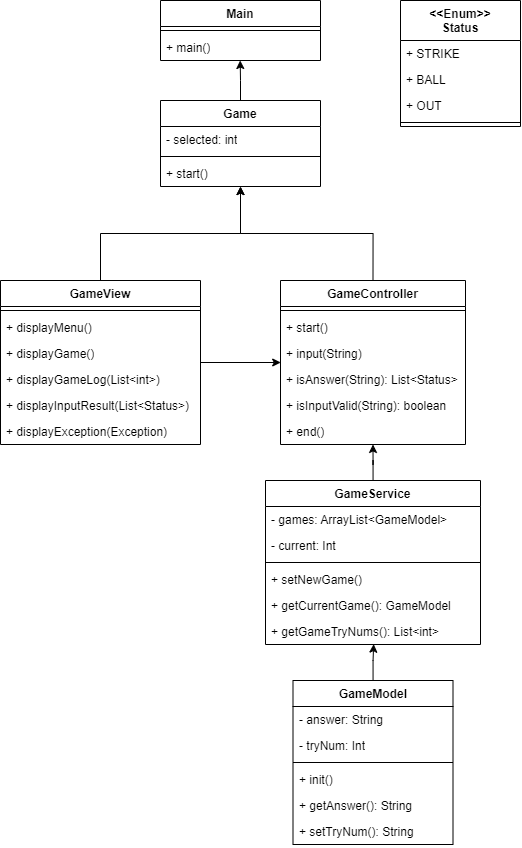
This is read_me_img/lv3_class_diagram.png from Hae-Dal/NumberBaseball, a draw.io export, as it was before one commit. Source tidied: cells renumbered, new cells last; positions are measured from the earlier drawing's top-left corner, leaving out a move shared by most shapes.
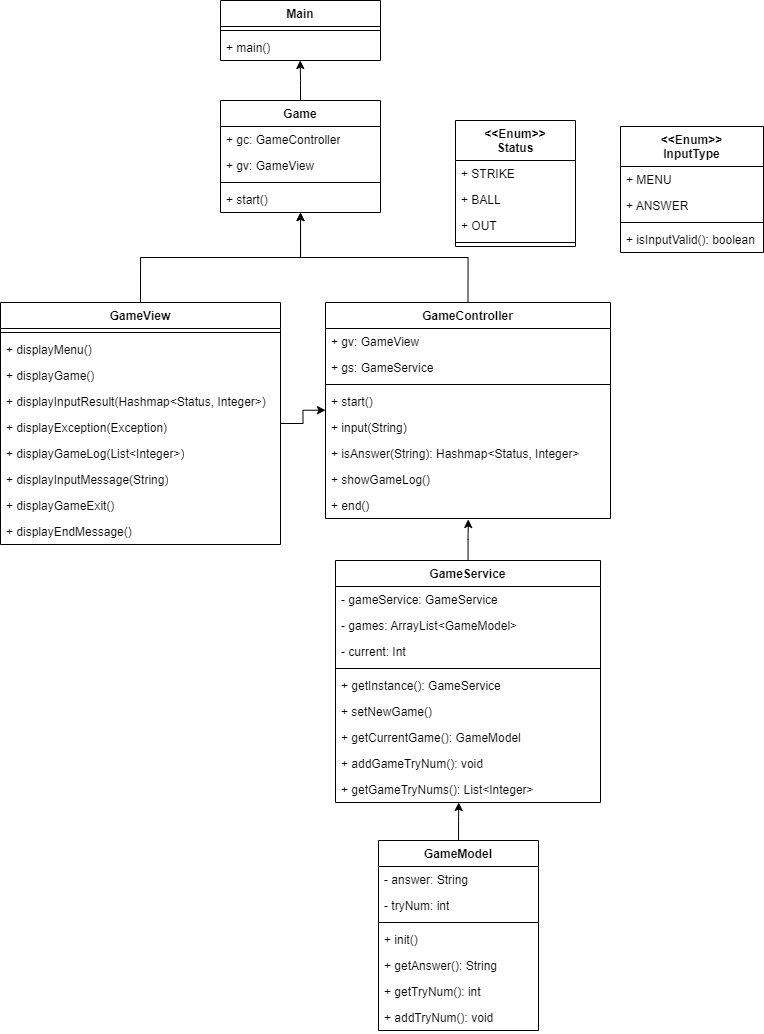
Later version of the same file.

Commit message:
변경 : lv3 구현 현황 반영, lv3 클래스 다이어그램 수정

The edit, as a diff of the source:
```diff
@@ -5,3 +5,3 @@
     <mxCell id="2" value="Main" style="swimlane;fontStyle=1;align=center;verticalAlign=top;horizontal=1;startSize=26;whiteSpace=wrap;html=1;" parent="1" vertex="1">
-      <mxGeometry x="160" width="160" height="60" as="geometry" />
+      <mxGeometry x="80" y="-10" width="160" height="60" as="geometry" />
     </mxCell>
@@ -14,42 +14,54 @@
     <mxCell id="5" value="Game" style="swimlane;fontStyle=1;align=center;verticalAlign=top;horizontal=1;startSize=26;whiteSpace=wrap;html=1;" parent="1" vertex="1">
-      <mxGeometry x="160" y="100" width="160" height="86" as="geometry" />
+      <mxGeometry x="80" y="90" width="160" height="112" as="geometry" />
     </mxCell>
-    <mxCell id="6" value="- selected: int" style="text;strokeColor=none;fillColor=none;align=left;verticalAlign=top;spacingLeft=4;spacingRight=4;overflow=hidden;whiteSpace=wrap;html=1;" parent="5" vertex="1">
-      <mxGeometry y="26" width="160" height="26" as="geometry" />
-    </mxCell>
-    <mxCell id="7" style="line;strokeWidth=1;fillColor=none;align=left;verticalAlign=middle;spacingTop=-1;spacingLeft=3;spacingRight=3;labelPosition=right;strokeColor=inherit;" parent="5" vertex="1">
-      <mxGeometry y="52" width="160" height="8" as="geometry" />
-    </mxCell>
-    <mxCell id="8" value="+ start()" style="text;strokeColor=none;fillColor=none;align=left;verticalAlign=top;spacingLeft=4;spacingRight=4;overflow=hidden;points=[[0,0.5],[1,0.5]];portConstraint=eastwest;whiteSpace=wrap;html=1;" parent="5" vertex="1">
-      <mxGeometry y="60" width="160" height="26" as="geometry" />
-    </mxCell>
-    <mxCell id="9" style="edgeStyle=orthogonalEdgeStyle;rounded=0;jettySize=auto;html=1;entryX=0.001;entryY=0.846;entryDx=0;entryDy=0;entryPerimeter=0;" parent="1" edge="1" source="10" target="28">
-      <mxGeometry relative="1" as="geometry" />
-    </mxCell>
+    <mxCell id="48" value="+ gc: GameController" style="text;strokeColor=none;fillColor=none;align=left;verticalAlign=top;spacingLeft=4;spacingRight=4;overflow=hidden;whiteSpace=wrap;html=1;" parent="5" vertex="1">
+      <mxGeometry y="26" width="160" height="26" as="geometry" />
+    </mxCell>
+    <mxCell id="49" value="+ gv: GameView" style="text;strokeColor=none;fillColor=none;align=left;verticalAlign=top;spacingLeft=4;spacingRight=4;overflow=hidden;whiteSpace=wrap;html=1;" parent="5" vertex="1">
+      <mxGeometry y="52" width="160" height="26" as="geometry" />
+    </mxCell>
+    <mxCell id="50" style="line;strokeWidth=1;fillColor=none;align=left;verticalAlign=middle;spacingTop=-1;spacingLeft=3;spacingRight=3;labelPosition=right;strokeColor=inherit;" parent="5" vertex="1">
+      <mxGeometry y="78" width="160" height="8" as="geometry" />
+    </mxCell>
+    <mxCell id="51" value="+ start()" style="text;strokeColor=none;fillColor=none;align=left;verticalAlign=top;spacingLeft=4;spacingRight=4;overflow=hidden;points=[[0,0.5],[1,0.5]];portConstraint=eastwest;whiteSpace=wrap;html=1;" parent="5" vertex="1">
+      <mxGeometry y="86" width="160" height="26" as="geometry" />
+    </mxCell>
+    <mxCell id="52" style="edgeStyle=orthogonalEdgeStyle;rounded=0;jettySize=auto;html=1;entryX=0;entryY=0.834;entryDx=0;entryDy=0;entryPerimeter=0;" parent="1" edge="1" source="10" target="67">
+      <mxGeometry relative="1" as="geometry" />
+    </mxCell>
     <mxCell id="10" value="GameView" style="swimlane;fontStyle=1;align=center;verticalAlign=top;horizontal=1;startSize=26;whiteSpace=wrap;html=1;" parent="1" vertex="1">
-      <mxGeometry y="280" width="200" height="164" as="geometry" />
+      <mxGeometry x="-140" y="292" width="280" height="242" as="geometry" />
     </mxCell>
-    <mxCell id="11" style="line;strokeWidth=1;fillColor=none;align=left;verticalAlign=middle;spacingTop=-1;spacingLeft=3;spacingRight=3;labelPosition=right;strokeColor=inherit;" parent="10" vertex="1">
-      <mxGeometry y="26" width="200" height="8" as="geometry" />
-    </mxCell>
+    <mxCell id="53" style="line;strokeWidth=1;fillColor=none;align=left;verticalAlign=middle;spacingTop=-1;spacingLeft=3;spacingRight=3;labelPosition=right;strokeColor=inherit;" parent="10" vertex="1">
+      <mxGeometry y="26" width="280" height="8" as="geometry" />
+    </mxCell>
     <mxCell id="12" value="+ displayMenu()" style="text;strokeColor=none;fillColor=none;align=left;verticalAlign=top;spacingLeft=4;spacingRight=4;overflow=hidden;whiteSpace=wrap;html=1;" parent="10" vertex="1">
-      <mxGeometry y="34" width="200" height="26" as="geometry" />
+      <mxGeometry y="34" width="280" height="26" as="geometry" />
     </mxCell>
     <mxCell id="13" value="+ displayGame()" style="text;strokeColor=none;fillColor=none;align=left;verticalAlign=top;spacingLeft=4;spacingRight=4;overflow=hidden;whiteSpace=wrap;html=1;" parent="10" vertex="1">
-      <mxGeometry y="60" width="200" height="26" as="geometry" />
+      <mxGeometry y="60" width="280" height="26" as="geometry" />
     </mxCell>
-    <mxCell id="14" value="+ displayGameLog(List&amp;lt;int&amp;gt;)" style="text;strokeColor=none;fillColor=none;align=left;verticalAlign=top;spacingLeft=4;spacingRight=4;overflow=hidden;whiteSpace=wrap;html=1;" parent="10" vertex="1">
-      <mxGeometry y="86" width="200" height="26" as="geometry" />
-    </mxCell>
-    <mxCell id="15" value="+ displayInputResult(List&amp;lt;Status&amp;gt;)" style="text;strokeColor=none;fillColor=none;align=left;verticalAlign=top;spacingLeft=4;spacingRight=4;overflow=hidden;whiteSpace=wrap;html=1;" parent="10" vertex="1">
-      <mxGeometry y="112" width="200" height="26" as="geometry" />
-    </mxCell>
+    <mxCell id="54" value="+ displayInputResult(Hashmap&amp;lt;Status, Integer&amp;gt;)" style="text;strokeColor=none;fillColor=none;align=left;verticalAlign=top;spacingLeft=4;spacingRight=4;overflow=hidden;whiteSpace=wrap;html=1;" parent="10" vertex="1">
+      <mxGeometry y="86" width="280" height="26" as="geometry" />
+    </mxCell>
     <mxCell id="16" value="+ displayException(Exception)" style="text;strokeColor=none;fillColor=none;align=left;verticalAlign=top;spacingLeft=4;spacingRight=4;overflow=hidden;whiteSpace=wrap;html=1;" parent="10" vertex="1">
-      <mxGeometry y="138" width="200" height="26" as="geometry" />
+      <mxGeometry y="112" width="280" height="26" as="geometry" />
     </mxCell>
-    <mxCell id="17" style="edgeStyle=orthogonalEdgeStyle;rounded=0;jettySize=auto;html=1;entryX=0.503;entryY=0.987;entryDx=0;entryDy=0;entryPerimeter=0;" parent="1" edge="1" source="18" target="47">
-      <mxGeometry relative="1" as="geometry" />
-    </mxCell>
+    <mxCell id="55" value="+ displayGameLog(List&amp;lt;Integer&amp;gt;)" style="text;strokeColor=none;fillColor=none;align=left;verticalAlign=top;spacingLeft=4;spacingRight=4;overflow=hidden;whiteSpace=wrap;html=1;" parent="10" vertex="1">
+      <mxGeometry y="138" width="280" height="26" as="geometry" />
+    </mxCell>
+    <mxCell id="56" value="+ displayInputMessage(String)" style="text;strokeColor=none;fillColor=none;align=left;verticalAlign=top;spacingLeft=4;spacingRight=4;overflow=hidden;whiteSpace=wrap;html=1;" parent="10" vertex="1">
+      <mxGeometry y="164" width="280" height="26" as="geometry" />
+    </mxCell>
+    <mxCell id="57" value="+ displayGameExit()" style="text;strokeColor=none;fillColor=none;align=left;verticalAlign=top;spacingLeft=4;spacingRight=4;overflow=hidden;whiteSpace=wrap;html=1;" parent="10" vertex="1">
+      <mxGeometry y="190" width="280" height="26" as="geometry" />
+    </mxCell>
+    <mxCell id="58" value="+ displayEndMessage()" style="text;strokeColor=none;fillColor=none;align=left;verticalAlign=top;spacingLeft=4;spacingRight=4;overflow=hidden;whiteSpace=wrap;html=1;" parent="10" vertex="1">
+      <mxGeometry y="216" width="280" height="26" as="geometry" />
+    </mxCell>
+    <mxCell id="59" style="edgeStyle=orthogonalEdgeStyle;rounded=0;jettySize=auto;html=1;entryX=0.465;entryY=1.001;entryDx=0;entryDy=0;entryPerimeter=0;" parent="1" edge="1" source="18" target="75">
+      <mxGeometry relative="1" as="geometry" />
+    </mxCell>
     <mxCell id="18" value="GameModel" style="swimlane;fontStyle=1;align=center;verticalAlign=top;horizontal=1;startSize=26;whiteSpace=wrap;html=1;" parent="1" vertex="1">
-      <mxGeometry x="292.5" y="680" width="160" height="164" as="geometry" />
+      <mxGeometry x="238" y="830" width="160" height="190" as="geometry" />
     </mxCell>
@@ -58,8 +70,8 @@
     </mxCell>
-    <mxCell id="20" value="- tryNum: Int" style="text;strokeColor=none;fillColor=none;align=left;verticalAlign=top;spacingLeft=4;spacingRight=4;overflow=hidden;whiteSpace=wrap;html=1;" parent="18" vertex="1">
-      <mxGeometry y="52" width="160" height="26" as="geometry" />
-    </mxCell>
-    <mxCell id="21" style="line;strokeWidth=1;fillColor=none;align=left;verticalAlign=middle;spacingTop=-1;spacingLeft=3;spacingRight=3;labelPosition=right;strokeColor=inherit;" parent="18" vertex="1">
-      <mxGeometry y="78" width="160" height="8" as="geometry" />
-    </mxCell>
+    <mxCell id="60" value="- tryNum: int" style="text;strokeColor=none;fillColor=none;align=left;verticalAlign=top;spacingLeft=4;spacingRight=4;overflow=hidden;whiteSpace=wrap;html=1;" parent="18" vertex="1">
+      <mxGeometry y="52" width="160" height="26" as="geometry" />
+    </mxCell>
+    <mxCell id="61" style="line;strokeWidth=1;fillColor=none;align=left;verticalAlign=middle;spacingTop=-1;spacingLeft=3;spacingRight=3;labelPosition=right;strokeColor=inherit;" parent="18" vertex="1">
+      <mxGeometry y="78" width="160" height="8" as="geometry" />
+    </mxCell>
     <mxCell id="22" value="+ init()" style="text;strokeColor=none;fillColor=none;align=left;verticalAlign=top;spacingLeft=4;spacingRight=4;overflow=hidden;whiteSpace=wrap;html=1;" parent="18" vertex="1">
@@ -70,28 +82,37 @@
     </mxCell>
-    <mxCell id="24" value="+ setTryNum(): String" style="text;strokeColor=none;fillColor=none;align=left;verticalAlign=top;spacingLeft=4;spacingRight=4;overflow=hidden;whiteSpace=wrap;html=1;" parent="18" vertex="1">
-      <mxGeometry y="138" width="160" height="26" as="geometry" />
-    </mxCell>
+    <mxCell id="62" value="+ getTryNum(): int" style="text;strokeColor=none;fillColor=none;align=left;verticalAlign=top;spacingLeft=4;spacingRight=4;overflow=hidden;whiteSpace=wrap;html=1;" parent="18" vertex="1">
+      <mxGeometry y="138" width="160" height="26" as="geometry" />
+    </mxCell>
+    <mxCell id="63" value="+ addTryNum(): void" style="text;strokeColor=none;fillColor=none;align=left;verticalAlign=top;spacingLeft=4;spacingRight=4;overflow=hidden;whiteSpace=wrap;html=1;" parent="18" vertex="1">
+      <mxGeometry y="164" width="160" height="26" as="geometry" />
+    </mxCell>
     <mxCell id="25" value="GameController" style="swimlane;fontStyle=1;align=center;verticalAlign=top;horizontal=1;startSize=26;whiteSpace=wrap;html=1;" parent="1" vertex="1">
-      <mxGeometry x="280" y="280" width="185" height="164" as="geometry" />
+      <mxGeometry x="185" y="292" width="285" height="216" as="geometry" />
     </mxCell>
-    <mxCell id="26" style="line;strokeWidth=1;fillColor=none;align=left;verticalAlign=middle;spacingTop=-1;spacingLeft=3;spacingRight=3;labelPosition=right;strokeColor=inherit;" parent="25" vertex="1">
-      <mxGeometry y="26" width="185" height="8" as="geometry" />
-    </mxCell>
-    <mxCell id="27" value="+ start()" style="text;strokeColor=none;fillColor=none;align=left;verticalAlign=top;spacingLeft=4;spacingRight=4;overflow=hidden;whiteSpace=wrap;html=1;" parent="25" vertex="1">
-      <mxGeometry y="34" width="185" height="26" as="geometry" />
-    </mxCell>
+    <mxCell id="64" value="+ gv: GameView" style="text;strokeColor=none;fillColor=none;align=left;verticalAlign=top;spacingLeft=4;spacingRight=4;overflow=hidden;whiteSpace=wrap;html=1;" parent="25" vertex="1">
+      <mxGeometry y="26" width="285" height="26" as="geometry" />
+    </mxCell>
+    <mxCell id="65" value="+ gs: GameService" style="text;strokeColor=none;fillColor=none;align=left;verticalAlign=top;spacingLeft=4;spacingRight=4;overflow=hidden;whiteSpace=wrap;html=1;" parent="25" vertex="1">
+      <mxGeometry y="52" width="285" height="26" as="geometry" />
+    </mxCell>
+    <mxCell id="66" style="line;strokeWidth=1;fillColor=none;align=left;verticalAlign=middle;spacingTop=-1;spacingLeft=3;spacingRight=3;labelPosition=right;strokeColor=inherit;" parent="25" vertex="1">
+      <mxGeometry y="78" width="285" height="8" as="geometry" />
+    </mxCell>
+    <mxCell id="67" value="+ start()" style="text;strokeColor=none;fillColor=none;align=left;verticalAlign=top;spacingLeft=4;spacingRight=4;overflow=hidden;points=[[0,0.5],[1,0.5]];portConstraint=eastwest;whiteSpace=wrap;html=1;" parent="25" vertex="1">
+      <mxGeometry y="86" width="285" height="26" as="geometry" />
+    </mxCell>
     <mxCell id="28" value="+ input(String)" style="text;strokeColor=none;fillColor=none;align=left;verticalAlign=top;spacingLeft=4;spacingRight=4;overflow=hidden;points=[[0,0.5],[1,0.5]];portConstraint=eastwest;whiteSpace=wrap;html=1;" parent="25" vertex="1">
-      <mxGeometry y="60" width="185" height="26" as="geometry" />
+      <mxGeometry y="112" width="285" height="26" as="geometry" />
     </mxCell>
-    <mxCell id="29" value="+ isAnswer(String): List&amp;lt;Status&amp;gt;" style="text;strokeColor=none;fillColor=none;align=left;verticalAlign=top;spacingLeft=4;spacingRight=4;overflow=hidden;whiteSpace=wrap;html=1;" parent="25" vertex="1">
-      <mxGeometry y="86" width="185" height="26" as="geometry" />
-    </mxCell>
-    <mxCell id="30" value="+ isInputValid(String): boolean" style="text;strokeColor=none;fillColor=none;align=left;verticalAlign=top;spacingLeft=4;spacingRight=4;overflow=hidden;whiteSpace=wrap;html=1;" parent="25" vertex="1">
-      <mxGeometry y="112" width="185" height="26" as="geometry" />
-    </mxCell>
+    <mxCell id="68" value="+ isAnswer(String): Hashmap&amp;lt;Status, Integer&amp;gt;" style="text;strokeColor=none;fillColor=none;align=left;verticalAlign=top;spacingLeft=4;spacingRight=4;overflow=hidden;whiteSpace=wrap;html=1;" parent="25" vertex="1">
+      <mxGeometry y="138" width="285" height="26" as="geometry" />
+    </mxCell>
+    <mxCell id="69" value="+ showGameLog()" style="text;strokeColor=none;fillColor=none;align=left;verticalAlign=top;spacingLeft=4;spacingRight=4;overflow=hidden;whiteSpace=wrap;html=1;" parent="25" vertex="1">
+      <mxGeometry y="164" width="285" height="26" as="geometry" />
+    </mxCell>
     <mxCell id="31" value="+ end()" style="text;strokeColor=none;fillColor=none;align=left;verticalAlign=top;spacingLeft=4;spacingRight=4;overflow=hidden;points=[[0,0.5],[1,0.5]];portConstraint=eastwest;whiteSpace=wrap;html=1;" parent="25" vertex="1">
-      <mxGeometry y="138" width="185" height="26" as="geometry" />
+      <mxGeometry y="190" width="285" height="26" as="geometry" />
     </mxCell>
     <mxCell id="32" value="&amp;lt;&amp;lt;Enum&amp;gt;&amp;gt;&lt;div&gt;Status&lt;/div&gt;" style="swimlane;fontStyle=1;align=center;verticalAlign=top;horizontal=1;startSize=40;whiteSpace=wrap;html=1;" parent="1" vertex="1">
-      <mxGeometry x="400" width="120" height="126" as="geometry" />
+      <mxGeometry x="315" y="110" width="120" height="126" as="geometry" />
     </mxCell>
@@ -112,5 +133,5 @@
     </mxCell>
-    <mxCell id="38" style="edgeStyle=orthogonalEdgeStyle;rounded=0;jettySize=auto;html=1;exitX=0.5;exitY=0;exitDx=0;exitDy=0;entryX=0.5;entryY=1.004;entryDx=0;entryDy=0;entryPerimeter=0;" parent="1" edge="1" source="25" target="8">
-      <mxGeometry relative="1" as="geometry" />
-    </mxCell>
+    <mxCell id="70" style="edgeStyle=orthogonalEdgeStyle;rounded=0;jettySize=auto;html=1;exitX=0.5;exitY=0;exitDx=0;exitDy=0;entryX=0.5;entryY=1.004;entryDx=0;entryDy=0;entryPerimeter=0;" parent="1" edge="1" source="25" target="51">
+      <mxGeometry relative="1" as="geometry" />
+    </mxCell>
     <mxCell id="39" style="edgeStyle=orthogonalEdgeStyle;rounded=0;jettySize=auto;html=1;exitX=0.5;exitY=0;exitDx=0;exitDy=0;entryX=0.498;entryY=1;entryDx=0;entryDy=0;entryPerimeter=0;" parent="1" edge="1" source="5" target="4">
@@ -118,3 +139,3 @@
     </mxCell>
-    <mxCell id="40" style="edgeStyle=orthogonalEdgeStyle;rounded=0;jettySize=auto;html=1;entryX=0.5;entryY=0.998;entryDx=0;entryDy=0;entryPerimeter=0;" parent="1" edge="1" source="41" target="31">
+    <mxCell id="40" style="edgeStyle=orthogonalEdgeStyle;rounded=0;jettySize=auto;html=1;entryX=0.501;entryY=1.036;entryDx=0;entryDy=0;entryPerimeter=0;" parent="1" edge="1" source="41" target="31">
       <mxGeometry relative="1" as="geometry" />
@@ -122,22 +143,46 @@
     <mxCell id="41" value="GameService" style="swimlane;fontStyle=1;align=center;verticalAlign=top;horizontal=1;startSize=26;whiteSpace=wrap;html=1;" parent="1" vertex="1">
-      <mxGeometry x="265" y="480" width="215" height="164" as="geometry" />
+      <mxGeometry x="195" y="550" width="265" height="242" as="geometry" />
     </mxCell>
+    <mxCell id="71" value="- gameService: GameService" style="text;strokeColor=none;fillColor=none;align=left;verticalAlign=top;spacingLeft=4;spacingRight=4;overflow=hidden;whiteSpace=wrap;html=1;" parent="41" vertex="1">
+      <mxGeometry y="26" width="265" height="26" as="geometry" />
+    </mxCell>
     <mxCell id="42" value="- games: ArrayList&amp;lt;GameModel&amp;gt;" style="text;strokeColor=none;fillColor=none;align=left;verticalAlign=top;spacingLeft=4;spacingRight=4;overflow=hidden;whiteSpace=wrap;html=1;" parent="41" vertex="1">
-      <mxGeometry y="26" width="215" height="26" as="geometry" />
+      <mxGeometry y="52" width="265" height="26" as="geometry" />
     </mxCell>
     <mxCell id="43" value="- current: Int" style="text;strokeColor=none;fillColor=none;align=left;verticalAlign=top;spacingLeft=4;spacingRight=4;overflow=hidden;whiteSpace=wrap;html=1;" parent="41" vertex="1">
-      <mxGeometry y="52" width="215" height="26" as="geometry" />
+      <mxGeometry y="78" width="265" height="26" as="geometry" />
     </mxCell>
-    <mxCell id="44" style="line;strokeWidth=1;fillColor=none;align=left;verticalAlign=middle;spacingTop=-1;spacingLeft=3;spacingRight=3;labelPosition=right;strokeColor=inherit;" parent="41" vertex="1">
-      <mxGeometry y="78" width="215" height="8" as="geometry" />
-    </mxCell>
+    <mxCell id="72" style="line;strokeWidth=1;fillColor=none;align=left;verticalAlign=middle;spacingTop=-1;spacingLeft=3;spacingRight=3;labelPosition=right;strokeColor=inherit;" parent="41" vertex="1">
+      <mxGeometry y="104" width="265" height="8" as="geometry" />
+    </mxCell>
+    <mxCell id="73" value="+ getInstance(): GameService" style="text;strokeColor=none;fillColor=none;align=left;verticalAlign=top;spacingLeft=4;spacingRight=4;overflow=hidden;whiteSpace=wrap;html=1;" parent="41" vertex="1">
+      <mxGeometry y="112" width="265" height="26" as="geometry" />
+    </mxCell>
     <mxCell id="45" value="+ setNewGame()" style="text;strokeColor=none;fillColor=none;align=left;verticalAlign=top;spacingLeft=4;spacingRight=4;overflow=hidden;whiteSpace=wrap;html=1;" parent="41" vertex="1">
-      <mxGeometry y="86" width="215" height="26" as="geometry" />
+      <mxGeometry y="138" width="265" height="26" as="geometry" />
     </mxCell>
     <mxCell id="46" value="+ getCurrentGame(): GameModel" style="text;strokeColor=none;fillColor=none;align=left;verticalAlign=top;spacingLeft=4;spacingRight=4;overflow=hidden;whiteSpace=wrap;html=1;" parent="41" vertex="1">
-      <mxGeometry y="112" width="215" height="26" as="geometry" />
+      <mxGeometry y="164" width="265" height="26" as="geometry" />
     </mxCell>
-    <mxCell id="47" value="+ getGameTryNums(): List&amp;lt;int&amp;gt;" style="text;strokeColor=none;fillColor=none;align=left;verticalAlign=top;spacingLeft=4;spacingRight=4;overflow=hidden;points=[[0,0.5],[1,0.5]];portConstraint=eastwest;whiteSpace=wrap;html=1;" parent="41" vertex="1">
-      <mxGeometry y="138" width="215" height="26" as="geometry" />
-    </mxCell>
+    <mxCell id="74" value="+ addGameTryNum(): void" style="text;strokeColor=none;fillColor=none;align=left;verticalAlign=top;spacingLeft=4;spacingRight=4;overflow=hidden;whiteSpace=wrap;html=1;" parent="41" vertex="1">
+      <mxGeometry y="190" width="265" height="26" as="geometry" />
+    </mxCell>
+    <mxCell id="75" value="+ getGameTryNums(): List&amp;lt;Integer&amp;gt;" style="text;strokeColor=none;fillColor=none;align=left;verticalAlign=top;spacingLeft=4;spacingRight=4;overflow=hidden;points=[[0,0.5],[1,0.5]];portConstraint=eastwest;whiteSpace=wrap;html=1;" parent="41" vertex="1">
+      <mxGeometry y="216" width="265" height="26" as="geometry" />
+    </mxCell>
+    <mxCell id="76" value="&amp;lt;&amp;lt;Enum&amp;gt;&amp;gt;&lt;div&gt;InputType&lt;/div&gt;" style="swimlane;fontStyle=1;align=center;verticalAlign=top;horizontal=1;startSize=40;whiteSpace=wrap;html=1;" parent="1" vertex="1">
+      <mxGeometry x="480" y="116" width="143" height="126" as="geometry" />
+    </mxCell>
+    <mxCell id="77" value="+ MENU" style="text;strokeColor=none;fillColor=none;align=left;verticalAlign=top;spacingLeft=4;spacingRight=4;overflow=hidden;whiteSpace=wrap;html=1;" parent="76" vertex="1">
+      <mxGeometry y="40" width="143" height="26" as="geometry" />
+    </mxCell>
+    <mxCell id="78" value="+ ANSWER" style="text;strokeColor=none;fillColor=none;align=left;verticalAlign=top;spacingLeft=4;spacingRight=4;overflow=hidden;whiteSpace=wrap;html=1;" parent="76" vertex="1">
+      <mxGeometry y="66" width="143" height="26" as="geometry" />
+    </mxCell>
+    <mxCell id="79" style="line;strokeWidth=1;fillColor=none;align=left;verticalAlign=middle;spacingTop=-1;spacingLeft=3;spacingRight=3;labelPosition=right;strokeColor=inherit;" parent="76" vertex="1">
+      <mxGeometry y="92" width="143" height="8" as="geometry" />
+    </mxCell>
+    <mxCell id="80" value="+ isInputValid(): boolean" style="text;strokeColor=none;fillColor=none;align=left;verticalAlign=top;spacingLeft=4;spacingRight=4;overflow=hidden;whiteSpace=wrap;html=1;" parent="76" vertex="1">
+      <mxGeometry y="100" width="143" height="26" as="geometry" />
+    </mxCell>
   </root>
```
